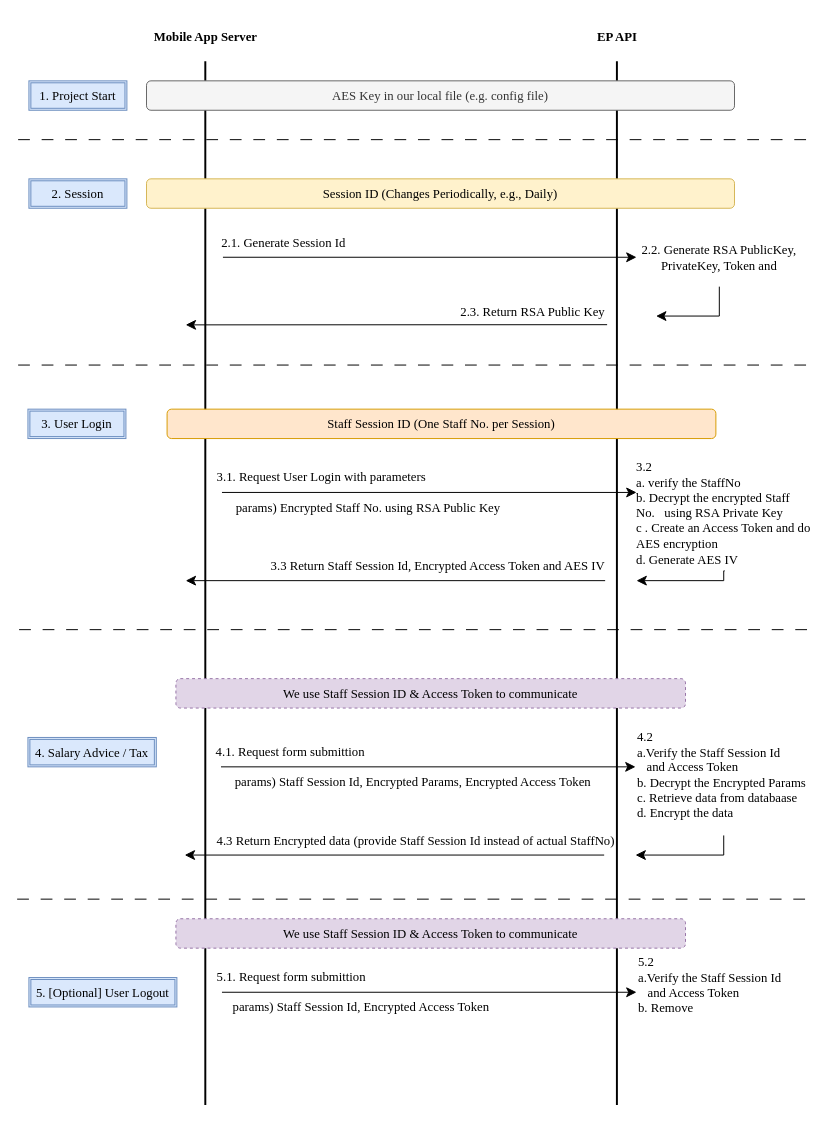
Earlier version of the draw.io diagram EmployeePortal_API_workflow_v2.drawio (mujianlo/hrpt_drawio). Source tidied: cells renumbered, new cells numbered last; positions are measured from the earlier drawing's top-left corner, leaving out a move shared by most shapes. Both pictures are drawn from the tidied source at 98%, with x=0, y=0 at pixel (17, 17).
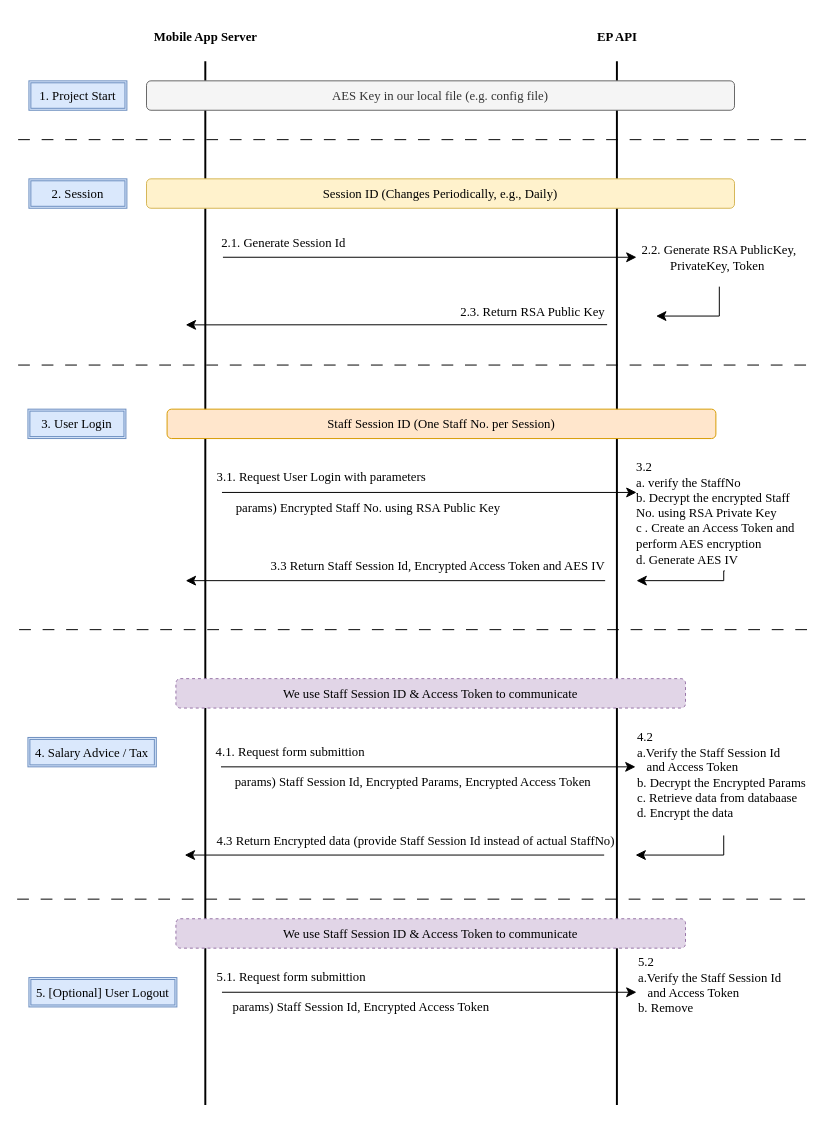
After the change.

Diff of the diagram source:
```diff
@@
-    <mxCell id="14" value="2.2. Generate RSA PublicKey, PrivateKey, Token and " style="text;html=1;align=center;verticalAlign=middle;whiteSpace=wrap;rounded=0;fontFamily=Times New Roman;fontSize=13;" parent="1" vertex="1">
+    <mxCell id="14" value="2.2. Generate RSA PublicKey, PrivateKey, Token&amp;nbsp; " style="text;html=1;align=center;verticalAlign=middle;whiteSpace=wrap;rounded=0;fontFamily=Times New Roman;fontSize=13;" parent="1" vertex="1">
       <mxGeometry x="632" y="215" width="169" height="60" as="geometry" />
     </mxCell>
@@
-    <mxCell id="23" value="&lt;div style=&quot;font-size: 13px;&quot;&gt;3.2&amp;nbsp;&lt;/div&gt;&lt;div style=&quot;font-size: 13px;&quot;&gt;a. verify the StaffNo&lt;/div&gt;&lt;div style=&quot;font-size: 13px;&quot;&gt;b. Decrypt the encrypted Staff No.&amp;nbsp;&amp;nbsp; using RSA Private Key&lt;/div&gt;&lt;div style=&quot;font-size: 13px;&quot;&gt;c . Create an Access Token and do AES encryption&lt;/div&gt;&lt;div style=&quot;font-size: 13px;&quot;&gt;d. Generate AES IV&lt;br style=&quot;font-size: 13px;&quot;&gt;&lt;/div&gt;&lt;div style=&quot;font-size: 13px;&quot;&gt;&lt;br style=&quot;font-size: 13px;&quot;&gt;&lt;/div&gt;&lt;div style=&quot;font-size: 13px;&quot;&gt;&lt;br style=&quot;font-size: 13px;&quot;&gt;&lt;/div&gt;" style="text;html=1;align=left;verticalAlign=top;whiteSpace=wrap;rounded=0;fontFamily=Times New Roman;fontSize=13;" parent="1" vertex="1">
-      <mxGeometry x="630" y="445" width="181" height="100" as="geometry" />
+    <mxCell id="23" value="&lt;div style=&quot;font-size: 13px;&quot;&gt;3.2&amp;nbsp;&lt;/div&gt;&lt;div style=&quot;font-size: 13px;&quot;&gt;a. verify the StaffNo&lt;/div&gt;&lt;div style=&quot;font-size: 13px;&quot;&gt;b. Decrypt the encrypted Staff No. using RSA Private Key&lt;/div&gt;&lt;div style=&quot;font-size: 13px;&quot;&gt;c . Create an Access Token and perform AES encryption&lt;/div&gt;&lt;div style=&quot;font-size: 13px;&quot;&gt;d. Generate AES IV&lt;br style=&quot;font-size: 13px;&quot;&gt;&lt;/div&gt;&lt;div style=&quot;font-size: 13px;&quot;&gt;&lt;br style=&quot;font-size: 13px;&quot;&gt;&lt;/div&gt;&lt;div style=&quot;font-size: 13px;&quot;&gt;&lt;br style=&quot;font-size: 13px;&quot;&gt;&lt;/div&gt;" style="text;html=1;align=left;verticalAlign=top;whiteSpace=wrap;rounded=0;fontFamily=Times New Roman;fontSize=13;" parent="1" vertex="1">
+      <mxGeometry x="630" y="445" width="181" height="125" as="geometry" />
     </mxCell>
```
